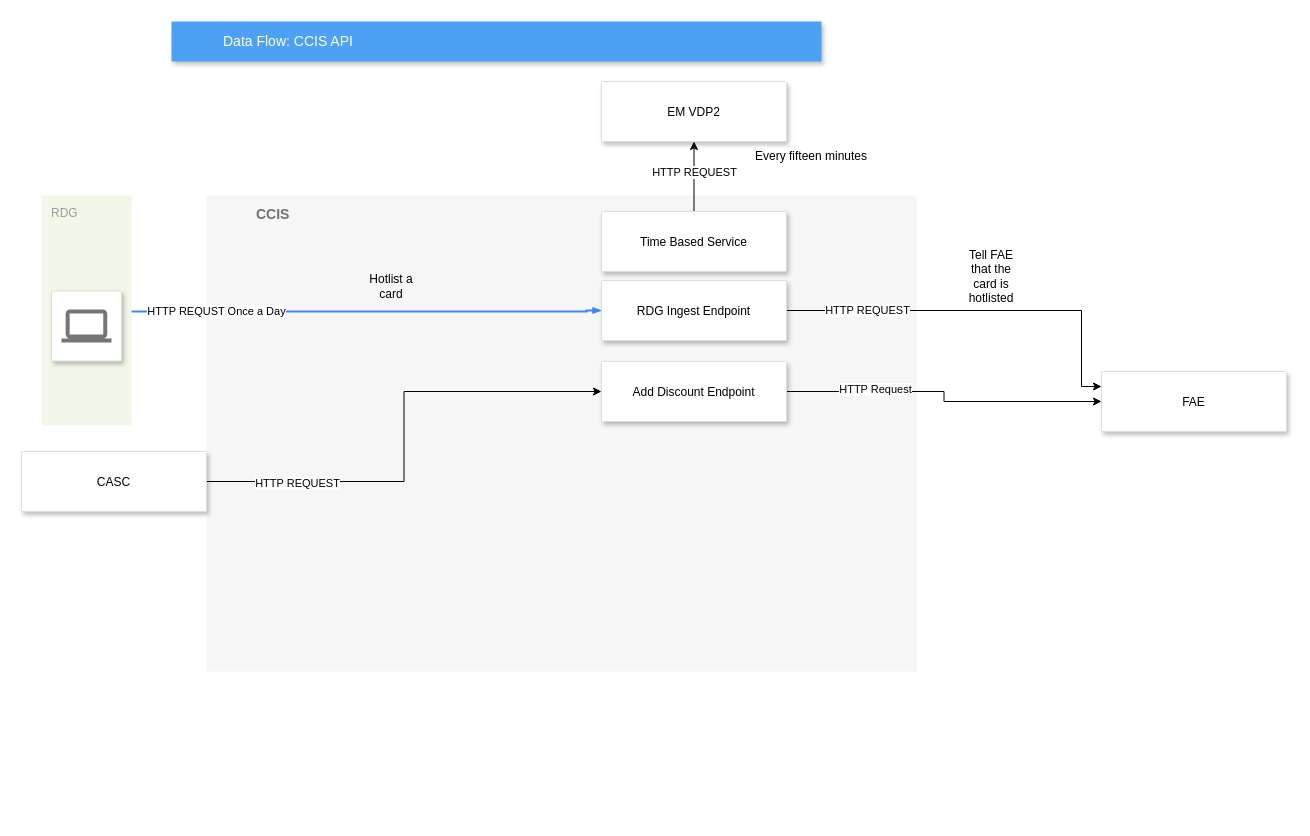
Above: CCIS-API.drawio in mattwatts36/drawings (draw.io), before the change. Source tidied: cells renumbered, new cells numbered last; positions are measured from the earlier drawing's top-left corner, leaving out a move shared by most shapes. Both pictures are drawn from the tidied source at 100%, with x=0, y=0 at pixel (21, 21).
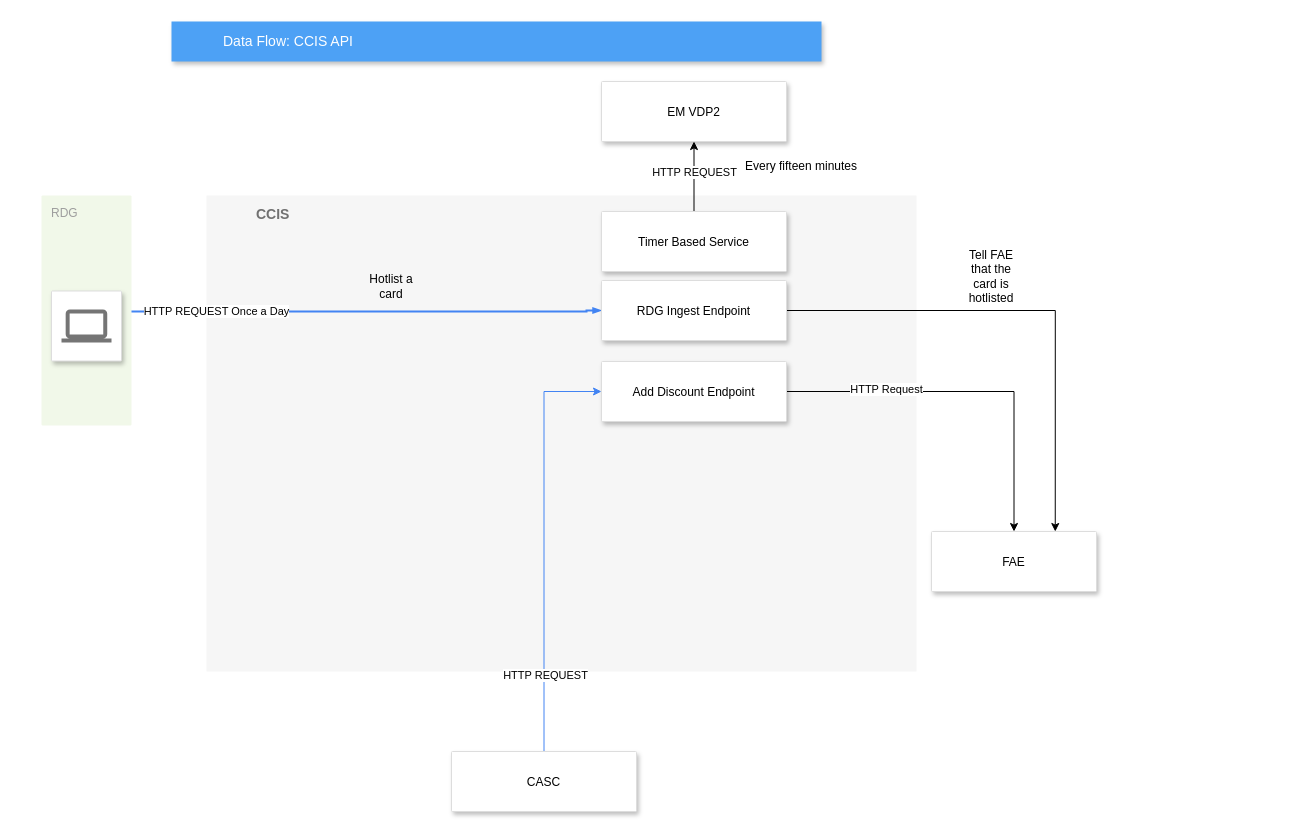
Above is the later version.

Unchanged cells that the change refers to:
```xml
<mxCell id="4" style="edgeStyle=orthogonalEdgeStyle;rounded=0;elbow=vertical;html=1;labelBackgroundColor=none;startFill=1;startSize=4;endArrow=blockThin;endFill=1;endSize=4;jettySize=auto;strokeColor=#4284F3;strokeWidth=2;fontSize=12;fontColor=#000000;align=left;dashed=0;exitX=1;exitY=0.5;exitDx=0;exitDy=0;entryX=0;entryY=0.5;entryDx=0;entryDy=0;" parent="1" edge="1" source="19" target="10">
  <mxGeometry relative="1" as="geometry">
    <Array as="points">
      <mxPoint x="110" y="290" />
      <mxPoint x="565" y="290" />
    </Array>
  </mxGeometry>
</mxCell>
<mxCell id="10" value="RDG Ingest Endpoint" style="strokeColor=#dddddd;shadow=1;strokeWidth=1;rounded=1;absoluteArcSize=1;arcSize=2;" parent="1" vertex="1">
  <mxGeometry x="580" y="259" width="185" height="60" as="geometry" />
</mxCell>
<mxCell id="17" value="Add Discount Endpoint" style="strokeColor=#dddddd;shadow=1;strokeWidth=1;rounded=1;absoluteArcSize=1;arcSize=2;" parent="1" vertex="1">
  <mxGeometry x="580" y="340" width="185" height="60" as="geometry" />
</mxCell>
```

What changed in the source:
```diff
@@
-    <mxCell id="5" value="HTTP REQUST Once a Day" style="edgeLabel;html=1;align=center;verticalAlign=middle;" parent="4" vertex="1">
+    <mxCell id="5" value="HTTP REQUEST Once a Day" style="edgeLabel;html=1;align=center;verticalAlign=middle;" parent="4" vertex="1">
       <mxGeometry x="-0.64" y="1" relative="1" as="geometry" />
     </mxCell>
-    <mxCell id="6" style="edgeStyle=orthogonalEdgeStyle;rounded=0;jettySize=auto;html=1;entryX=0;entryY=0.25;entryDx=0;entryDy=0;" parent="1" edge="1" source="10" target="22">
-      <mxGeometry relative="1" as="geometry">
-        <Array as="points">
-          <mxPoint x="1060" y="289" />
-        </Array>
-      </mxGeometry>
-    </mxCell>
-    <mxCell id="7" value="HTTP REQUEST" style="edgeLabel;html=1;align=center;verticalAlign=middle;" parent="6" vertex="1">
-      <mxGeometry x="-0.59" y="1" relative="1" as="geometry" />
-    </mxCell>
@@
+    <mxCell id="6" style="edgeStyle=orthogonalEdgeStyle;rounded=0;jettySize=auto;html=1;entryX=0.75;entryY=0;entryDx=0;entryDy=0;" parent="1" edge="1" source="10" target="22">
+      <mxGeometry relative="1" as="geometry" />
+    </mxCell>
@@
-    <mxCell id="12" style="edgeStyle=orthogonalEdgeStyle;rounded=0;jettySize=auto;html=1;entryX=0;entryY=0.5;entryDx=0;entryDy=0;" parent="1" edge="1" source="14" target="17">
+    <mxCell id="12" style="edgeStyle=orthogonalEdgeStyle;rounded=0;jettySize=auto;html=1;entryX=0;entryY=0.5;entryDx=0;entryDy=0;strokeColor=#4284F3;" parent="1" edge="1" source="14" target="17">
       <mxGeometry relative="1" as="geometry" />
     </mxCell>
@@
     <mxCell id="14" value="CASC" style="strokeColor=#dddddd;shadow=1;strokeWidth=1;rounded=1;absoluteArcSize=1;arcSize=2;" parent="1" vertex="1">
-      <mxGeometry y="430" width="185" height="60" as="geometry" />
+      <mxGeometry x="430" y="730" width="185" height="60" as="geometry" />
     </mxCell>
@@
     <mxCell id="22" value="FAE" style="strokeColor=#dddddd;shadow=1;strokeWidth=1;rounded=1;absoluteArcSize=1;arcSize=2;" parent="1" vertex="1">
-      <mxGeometry x="1080" y="350" width="185" height="60" as="geometry" />
+      <mxGeometry x="910" y="510" width="165" height="60" as="geometry" />
     </mxCell>
@@
     <mxCell id="25" value="Every fifteen minutes" style="text;html=1;align=center;verticalAlign=middle;whiteSpace=wrap;rounded=0;" parent="1" vertex="1">
-      <mxGeometry x="730" y="120" width="120" height="30" as="geometry" />
+      <mxGeometry x="720" y="130" width="120" height="30" as="geometry" />
     </mxCell>
-    <mxCell id="26" value="Time Based Service" style="strokeColor=#dddddd;shadow=1;strokeWidth=1;rounded=1;absoluteArcSize=1;arcSize=2;" parent="1" vertex="1">
+    <mxCell id="26" value="Timer Based Service" style="strokeColor=#dddddd;shadow=1;strokeWidth=1;rounded=1;absoluteArcSize=1;arcSize=2;" parent="1" vertex="1">
       <mxGeometry x="580" y="190" width="185" height="60" as="geometry" />
     </mxCell>
```
